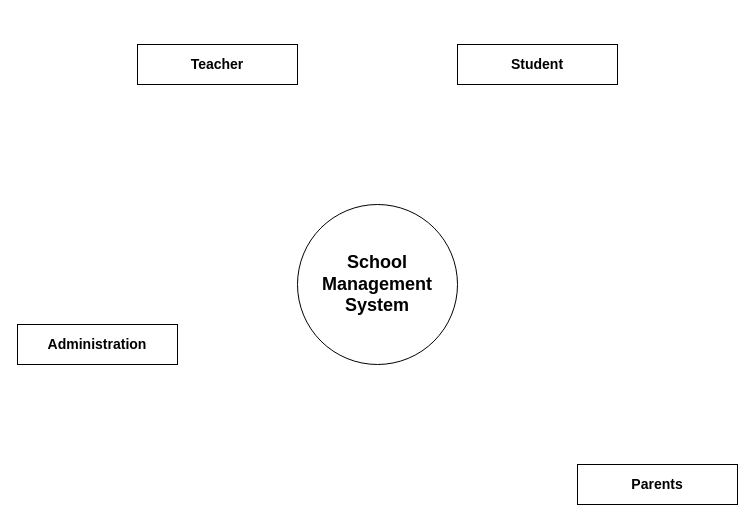
Above: Untitled Diagram.drawio in Yagna-gajjar/software-engineering-diagrams (draw.io), before the change. Source tidied: cells renumbered, new cells numbered last; positions are measured from the earlier drawing's top-left corner, leaving out a move shared by most shapes. Both pictures are drawn from the tidied source at 100%, with x=0, y=0 at pixel (17, 44).
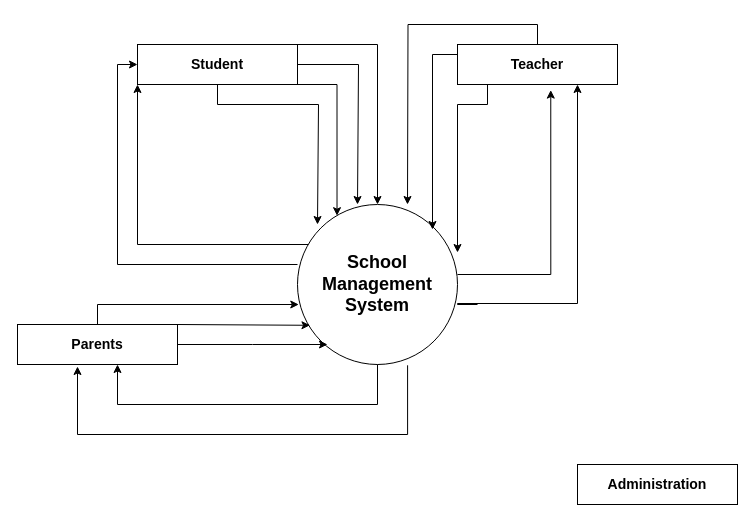
After the change.

The change refers to these unchanged cells:
```xml
<mxCell id="3" style="ellipse;whiteSpace=wrap;html=1;" parent="2" vertex="1">
  <mxGeometry width="160" height="160" as="geometry" />
</mxCell>
<mxCell id="4" value="&lt;font style=&quot;font-size: 18px;&quot;&gt;&lt;b&gt;School Management System&lt;/b&gt;&lt;/font&gt;" style="text;strokeColor=none;align=center;fillColor=none;html=1;verticalAlign=middle;whiteSpace=wrap;rounded=0;" parent="2" vertex="1">
  <mxGeometry x="25" y="25" width="110" height="110" as="geometry" />
</mxCell>
<mxCell id="5" style="group;" parent="1" vertex="1">
  <mxGeometry y="280" width="160" height="40" as="geometry" />
</mxCell>
<mxCell id="8" style="group;" parent="1" vertex="1">
  <mxGeometry x="120" width="160" height="40" as="geometry" />
</mxCell>
<mxCell id="11" style="group;" parent="1" vertex="1">
  <mxGeometry x="440" width="160" height="40" as="geometry" />
</mxCell>
<mxCell id="14" style="group;" parent="1" vertex="1">
  <mxGeometry x="560" y="420" width="160" height="40" as="geometry" />
</mxCell>
```

What changed in the source:
```diff
@@
+    <mxCell id="17" style="edgeStyle=orthogonalEdgeStyle;rounded=0;jettySize=auto;html=1;exitX=1;exitY=0.5;exitDx=0;exitDy=0;" parent="5" edge="1" source="7">
+      <mxGeometry relative="1" as="geometry">
+        <mxPoint x="310" y="20" as="targetPoint" />
+      </mxGeometry>
+    </mxCell>
-    <mxCell id="7" value="&lt;font style=&quot;font-size: 14px;&quot;&gt;&lt;b&gt;Administration&lt;/b&gt;&lt;/font&gt;" style="text;strokeColor=none;align=center;fillColor=none;html=1;verticalAlign=middle;whiteSpace=wrap;rounded=0;" parent="5" vertex="1">
+    <mxCell id="7" value="&lt;b style=&quot;font-size: 14px;&quot;&gt;Parents&lt;/b&gt;" style="text;strokeColor=none;align=center;fillColor=none;html=1;verticalAlign=middle;whiteSpace=wrap;rounded=0;" parent="5" vertex="1">
       <mxGeometry width="160" height="40" as="geometry" />
     </mxCell>
@@
+    <mxCell id="18" style="edgeStyle=orthogonalEdgeStyle;rounded=0;jettySize=auto;html=1;exitX=1;exitY=0.75;exitDx=0;exitDy=0;" parent="8" edge="1" source="10">
+      <mxGeometry relative="1" as="geometry">
+        <mxPoint x="220" y="160" as="targetPoint" />
+        <Array as="points">
+          <mxPoint x="160" y="20" />
+          <mxPoint x="221" y="20" />
+        </Array>
+      </mxGeometry>
+    </mxCell>
+    <mxCell id="19" style="edgeStyle=orthogonalEdgeStyle;rounded=0;jettySize=auto;html=1;exitX=0.5;exitY=1;exitDx=0;exitDy=0;" parent="8" edge="1" source="10">
+      <mxGeometry relative="1" as="geometry">
+        <mxPoint x="180" y="180" as="targetPoint" />
+        <Array as="points">
+          <mxPoint x="80" y="60" />
+          <mxPoint x="181" y="60" />
+        </Array>
+      </mxGeometry>
+    </mxCell>
-    <mxCell id="10" value="&lt;font style=&quot;font-size: 14px;&quot;&gt;&lt;b&gt;Teacher&lt;/b&gt;&lt;/font&gt;" style="text;strokeColor=none;align=center;fillColor=none;html=1;verticalAlign=middle;whiteSpace=wrap;rounded=0;" parent="8" vertex="1">
+    <mxCell id="10" value="&lt;font style=&quot;font-size: 14px;&quot;&gt;&lt;b&gt;Student&lt;/b&gt;&lt;/font&gt;" style="text;strokeColor=none;align=center;fillColor=none;html=1;verticalAlign=middle;whiteSpace=wrap;rounded=0;" parent="8" vertex="1">
       <mxGeometry width="160" height="40" as="geometry" />
     </mxCell>
@@
+    <mxCell id="20" style="edgeStyle=orthogonalEdgeStyle;rounded=0;jettySize=auto;html=1;exitX=0.5;exitY=0;exitDx=0;exitDy=0;" parent="11" edge="1" source="13">
+      <mxGeometry relative="1" as="geometry">
+        <mxPoint x="-50" y="160" as="targetPoint" />
+      </mxGeometry>
+    </mxCell>
-    <mxCell id="13" value="&lt;font style=&quot;font-size: 14px;&quot;&gt;&lt;b&gt;Student&lt;/b&gt;&lt;/font&gt;" style="text;strokeColor=none;align=center;fillColor=none;html=1;verticalAlign=middle;whiteSpace=wrap;rounded=0;" parent="11" vertex="1">
+    <mxCell id="13" value="&lt;font style=&quot;font-size: 14px;&quot;&gt;&lt;b&gt;Teacher&lt;/b&gt;&lt;/font&gt;" style="text;strokeColor=none;align=center;fillColor=none;html=1;verticalAlign=middle;whiteSpace=wrap;rounded=0;" parent="11" vertex="1">
       <mxGeometry width="160" height="40" as="geometry" />
     </mxCell>
@@
-    <mxCell id="16" value="&lt;font style=&quot;font-size: 14px;&quot;&gt;&lt;b&gt;Parents&lt;/b&gt;&lt;/font&gt;" style="text;strokeColor=none;align=center;fillColor=none;html=1;verticalAlign=middle;whiteSpace=wrap;rounded=0;" parent="14" vertex="1">
+    <mxCell id="16" value="&lt;b style=&quot;font-size: 14px;&quot;&gt;Administration&lt;/b&gt;" style="text;strokeColor=none;align=center;fillColor=none;html=1;verticalAlign=middle;whiteSpace=wrap;rounded=0;" parent="14" vertex="1">
       <mxGeometry width="160" height="40" as="geometry" />
     </mxCell>
+    <mxCell id="21" style="edgeStyle=orthogonalEdgeStyle;rounded=0;jettySize=auto;html=1;exitX=1;exitY=0.5;exitDx=0;exitDy=0;entryX=0.5;entryY=0;entryDx=0;entryDy=0;" parent="1" edge="1" source="10" target="3">
+      <mxGeometry relative="1" as="geometry">
+        <Array as="points">
+          <mxPoint x="280" />
+          <mxPoint x="360" />
+        </Array>
+      </mxGeometry>
+    </mxCell>
+    <mxCell id="22" style="edgeStyle=orthogonalEdgeStyle;rounded=0;jettySize=auto;html=1;exitX=1;exitY=1;exitDx=0;exitDy=0;entryX=0.247;entryY=0.07;entryDx=0;entryDy=0;entryPerimeter=0;" parent="1" edge="1" source="10" target="3">
+      <mxGeometry relative="1" as="geometry">
+        <Array as="points">
+          <mxPoint x="320" y="40" />
+        </Array>
+      </mxGeometry>
+    </mxCell>
+    <mxCell id="23" style="edgeStyle=orthogonalEdgeStyle;rounded=0;jettySize=auto;html=1;entryX=0;entryY=1;entryDx=0;entryDy=0;" parent="1" edge="1" source="3" target="10">
+      <mxGeometry relative="1" as="geometry">
+        <Array as="points">
+          <mxPoint x="120" y="200" />
+        </Array>
+      </mxGeometry>
+    </mxCell>
+    <mxCell id="24" style="edgeStyle=orthogonalEdgeStyle;rounded=0;jettySize=auto;html=1;entryX=0;entryY=0.5;entryDx=0;entryDy=0;" parent="1" edge="1" target="10">
+      <mxGeometry relative="1" as="geometry">
+        <mxPoint x="280" y="220" as="sourcePoint" />
+        <Array as="points">
+          <mxPoint x="280" y="220" />
+          <mxPoint x="100" y="220" />
+          <mxPoint x="100" y="20" />
+        </Array>
+      </mxGeometry>
+    </mxCell>
+    <mxCell id="25" style="edgeStyle=orthogonalEdgeStyle;rounded=0;jettySize=auto;html=1;exitX=0.5;exitY=0;exitDx=0;exitDy=0;entryX=0.008;entryY=0.625;entryDx=0;entryDy=0;entryPerimeter=0;" parent="1" edge="1" source="7" target="3">
+      <mxGeometry relative="1" as="geometry" />
+    </mxCell>
+    <mxCell id="26" style="edgeStyle=orthogonalEdgeStyle;rounded=0;jettySize=auto;html=1;exitX=1;exitY=0;exitDx=0;exitDy=0;entryX=0.078;entryY=0.755;entryDx=0;entryDy=0;entryPerimeter=0;" parent="1" edge="1" source="7" target="3">
+      <mxGeometry relative="1" as="geometry">
+        <Array as="points">
+          <mxPoint x="160" y="281" />
+        </Array>
+      </mxGeometry>
+    </mxCell>
+    <mxCell id="27" style="edgeStyle=orthogonalEdgeStyle;rounded=0;jettySize=auto;html=1;exitX=0.5;exitY=1;exitDx=0;exitDy=0;" parent="1" edge="1" source="3">
+      <mxGeometry relative="1" as="geometry">
+        <mxPoint x="100" y="320" as="targetPoint" />
+        <Array as="points">
+          <mxPoint x="360" y="360" />
+          <mxPoint x="100" y="360" />
+          <mxPoint x="100" y="320" />
+        </Array>
+      </mxGeometry>
+    </mxCell>
+    <mxCell id="28" style="edgeStyle=orthogonalEdgeStyle;rounded=0;jettySize=auto;html=1;exitX=0.688;exitY=1.005;exitDx=0;exitDy=0;exitPerimeter=0;" parent="1" edge="1" source="3">
+      <mxGeometry relative="1" as="geometry">
+        <mxPoint x="60" y="322" as="targetPoint" />
+        <Array as="points">
+          <mxPoint x="390" y="390" />
+          <mxPoint x="60" y="390" />
+        </Array>
+      </mxGeometry>
+    </mxCell>
+    <mxCell id="29" style="edgeStyle=orthogonalEdgeStyle;rounded=0;jettySize=auto;html=1;exitX=0;exitY=0.25;exitDx=0;exitDy=0;entryX=1;entryY=0;entryDx=0;entryDy=0;" parent="1" edge="1" source="13" target="4">
+      <mxGeometry relative="1" as="geometry" />
+    </mxCell>
+    <mxCell id="30" style="edgeStyle=orthogonalEdgeStyle;rounded=0;orthogonalLoop=1;jettySize=auto;html=1;" parent="1" edge="1">
+      <mxGeometry relative="1" as="geometry">
+        <mxPoint x="470" y="40" as="sourcePoint" />
+        <mxPoint x="440" y="208" as="targetPoint" />
+        <Array as="points">
+          <mxPoint x="470" y="60" />
+          <mxPoint x="440" y="60" />
+        </Array>
+      </mxGeometry>
+    </mxCell>
+    <mxCell id="31" style="edgeStyle=orthogonalEdgeStyle;rounded=0;jettySize=auto;html=1;entryX=0.583;entryY=1.14;entryDx=0;entryDy=0;entryPerimeter=0;" parent="1" edge="1" target="13">
+      <mxGeometry relative="1" as="geometry">
+        <mxPoint x="440" y="230" as="sourcePoint" />
+        <Array as="points">
+          <mxPoint x="533" y="230" />
+        </Array>
+      </mxGeometry>
+    </mxCell>
+    <mxCell id="32" style="edgeStyle=orthogonalEdgeStyle;rounded=0;jettySize=auto;html=1;entryX=0.75;entryY=1;entryDx=0;entryDy=0;" parent="1" edge="1" target="13">
+      <mxGeometry relative="1" as="geometry">
+        <mxPoint x="460" y="260" as="sourcePoint" />
+        <Array as="points">
+          <mxPoint x="440" y="260" />
+          <mxPoint x="440" y="259" />
+          <mxPoint x="560" y="259" />
+        </Array>
+      </mxGeometry>
+    </mxCell>
```
